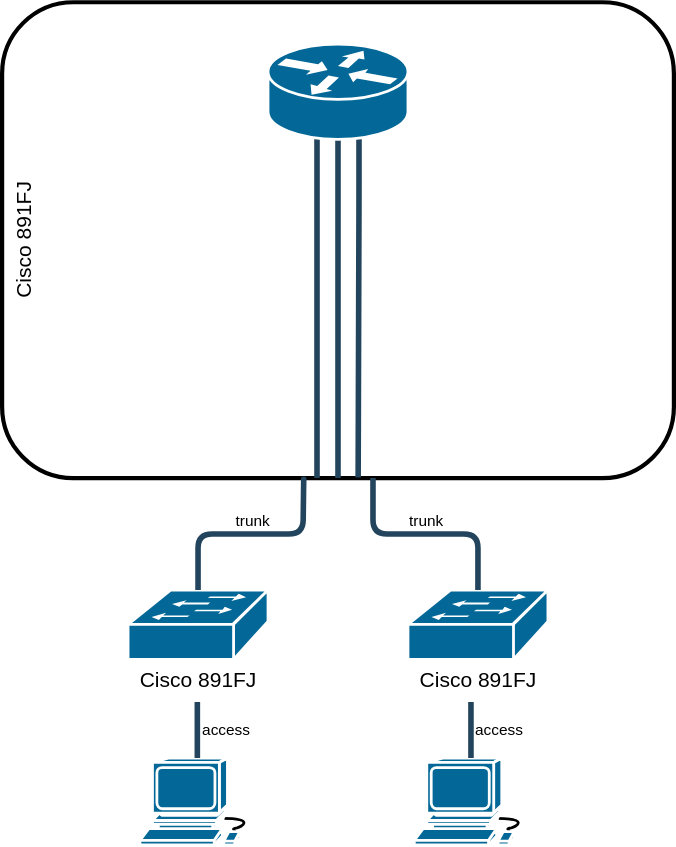
mu-ruU1/network-study keeps this draw.io diagram as vlan/subif/topology.drawio.svg. Above is the earlier version. Source tidied: cells renumbered, new cells last; positions are measured from the earlier drawing's top-left corner, leaving out a move shared by most shapes. Its diagram source:
```xml
<mxGraphModel background="#ffffff">
  <root>
    <mxCell id="0" />
    <mxCell id="1" parent="0" />
    <mxCell id="2" value="Cisco 891FJ" style="rounded=1;whiteSpace=wrap;html=1;labelBackgroundColor=none;fillColor=none;strokeColor=#000000;strokeWidth=3;fontColor=#000000;verticalAlign=top;fontSize=15;horizontal=0;" parent="1" vertex="1">
      <mxGeometry width="480" height="340" as="geometry" />
    </mxCell>
    <mxCell id="3" value="Cisco 891FJ" style="shape=mxgraph.cisco.switches.workgroup_switch;sketch=0;html=1;dashed=0;fillColor=#036897;strokeColor=#ffffff;strokeWidth=2;verticalLabelPosition=bottom;verticalAlign=top;align=center;outlineConnect=0;fontColor=#000000;horizontal=1;fontSize=15;" parent="1" vertex="1">
      <mxGeometry x="90" y="420" width="100" height="49.5" as="geometry" />
    </mxCell>
    <mxCell id="4" value="Cisco 891FJ" style="shape=mxgraph.cisco.switches.workgroup_switch;sketch=0;html=1;dashed=0;fillColor=#036897;strokeColor=#ffffff;strokeWidth=2;verticalLabelPosition=bottom;verticalAlign=top;align=center;outlineConnect=0;fontColor=#000000;fontSize=15;" parent="1" vertex="1">
      <mxGeometry x="290" y="420" width="100" height="49.5" as="geometry" />
    </mxCell>
    <mxCell id="5" style="edgeStyle=orthogonalEdgeStyle;rounded=1;html=1;strokeColor=#23445D;endArrow=none;endFill=0;strokeWidth=4;exitX=0.5;exitY=1;exitDx=0;exitDy=0;exitPerimeter=0;entryX=0.468;entryY=1;entryDx=0;entryDy=0;entryPerimeter=0;fontColor=#000000;labelBackgroundColor=none;" parent="1" edge="1" source="8" target="2">
      <mxGeometry x="-0.6" y="-20" relative="1" as="geometry">
        <Array as="points">
          <mxPoint x="240" y="88" />
          <mxPoint x="225" y="88" />
          <mxPoint x="225" y="340" />
        </Array>
      </mxGeometry>
    </mxCell>
    <mxCell id="6" style="edgeStyle=orthogonalEdgeStyle;rounded=1;html=1;strokeColor=#23445D;endArrow=none;endFill=0;strokeWidth=4;exitX=0.5;exitY=1;exitDx=0;exitDy=0;exitPerimeter=0;entryX=0.5;entryY=1;entryDx=0;entryDy=0;" parent="1" edge="1" source="8" target="2">
      <mxGeometry relative="1" as="geometry">
        <Array as="points">
          <mxPoint x="240" y="250" />
          <mxPoint x="240" y="250" />
        </Array>
      </mxGeometry>
    </mxCell>
    <mxCell id="7" style="edgeStyle=orthogonalEdgeStyle;rounded=1;html=1;strokeColor=#23445D;endArrow=none;endFill=0;strokeWidth=4;exitX=0.5;exitY=1;exitDx=0;exitDy=0;exitPerimeter=0;entryX=0.53;entryY=0.999;entryDx=0;entryDy=0;entryPerimeter=0;" parent="1" edge="1" source="8" target="2">
      <mxGeometry relative="1" as="geometry">
        <Array as="points">
          <mxPoint x="240" y="88" />
          <mxPoint x="255" y="88" />
          <mxPoint x="255" y="140" />
          <mxPoint x="254" y="340" />
        </Array>
      </mxGeometry>
    </mxCell>
    <mxCell id="8" style="shape=mxgraph.cisco.routers.router;sketch=0;html=1;dashed=0;fillColor=#036897;strokeColor=#ffffff;strokeWidth=2;verticalLabelPosition=bottom;verticalAlign=top;align=center;outlineConnect=0;" parent="1" vertex="1">
      <mxGeometry x="190" y="30" width="100" height="67.9" as="geometry" />
    </mxCell>
    <mxCell id="9" value="trunk" style="edgeStyle=orthogonalEdgeStyle;rounded=1;html=1;strokeColor=#23445D;endArrow=none;endFill=0;strokeWidth=4;exitX=0.449;exitY=1.005;exitDx=0;exitDy=0;exitPerimeter=0;entryX=0.5;entryY=0;entryDx=0;entryDy=0;entryPerimeter=0;fontColor=#000000;labelBackgroundColor=none;verticalAlign=bottom;" parent="1" edge="1" source="2" target="3">
      <mxGeometry relative="1" as="geometry">
        <Array as="points">
          <mxPoint x="216" y="340" />
          <mxPoint x="215" y="340" />
          <mxPoint x="215" y="380" />
          <mxPoint x="140" y="380" />
        </Array>
      </mxGeometry>
    </mxCell>
    <mxCell id="10" value="trunk" style="edgeStyle=orthogonalEdgeStyle;rounded=1;html=1;strokeColor=#23445D;endArrow=none;endFill=0;strokeWidth=4;entryX=0.5;entryY=0;entryDx=0;entryDy=0;entryPerimeter=0;fontColor=#000000;labelBackgroundColor=none;verticalAlign=bottom;" parent="1" edge="1" target="4">
      <mxGeometry relative="1" as="geometry">
        <mxPoint x="265" y="340" as="sourcePoint" />
        <Array as="points">
          <mxPoint x="265" y="340" />
          <mxPoint x="265" y="380" />
          <mxPoint x="340" y="380" />
        </Array>
      </mxGeometry>
    </mxCell>
    <mxCell id="11" style="shape=mxgraph.cisco.computers_and_peripherals.workstation;sketch=0;html=1;dashed=0;fillColor=#036897;strokeColor=#ffffff;strokeWidth=2;verticalLabelPosition=bottom;verticalAlign=top;align=center;labelBackgroundColor=none;fontSize=15;fontColor=#000000;" parent="1" vertex="1">
      <mxGeometry x="98.5" y="540" width="83" height="62" as="geometry" />
    </mxCell>
    <mxCell id="12" style="shape=mxgraph.cisco.computers_and_peripherals.workstation;sketch=0;html=1;dashed=0;fillColor=#036897;strokeColor=#ffffff;strokeWidth=2;verticalLabelPosition=bottom;verticalAlign=top;align=center;outlineConnect=0;labelBackgroundColor=none;fontSize=15;fontColor=#000000;" parent="1" vertex="1">
      <mxGeometry x="294.5" y="540" width="83" height="62" as="geometry" />
    </mxCell>
    <mxCell id="13" value="access" style="edgeStyle=orthogonalEdgeStyle;rounded=1;html=1;strokeColor=#23445D;endArrow=none;endFill=0;strokeWidth=4;entryX=0.5;entryY=0;entryDx=0;entryDy=0;entryPerimeter=0;fontColor=#000000;labelBackgroundColor=none;" parent="1" edge="1" target="12">
      <mxGeometry x="-0.02" y="20" relative="1" as="geometry">
        <mxPoint x="335" y="500" as="sourcePoint" />
        <Array as="points">
          <mxPoint x="335" y="540" />
        </Array>
      </mxGeometry>
    </mxCell>
    <mxCell id="14" value="access" style="edgeStyle=orthogonalEdgeStyle;rounded=1;html=1;strokeColor=#23445D;endArrow=none;endFill=0;strokeWidth=4;entryX=0.5;entryY=0;entryDx=0;entryDy=0;entryPerimeter=0;fontColor=#000000;labelBackgroundColor=none;" parent="1" edge="1">
      <mxGeometry x="-0.02" y="20" relative="1" as="geometry">
        <mxPoint x="139.5" y="500" as="sourcePoint" />
        <mxPoint x="140.5" y="540" as="targetPoint" />
        <Array as="points">
          <mxPoint x="139.5" y="540" />
        </Array>
      </mxGeometry>
    </mxCell>
  </root>
</mxGraphModel>
```
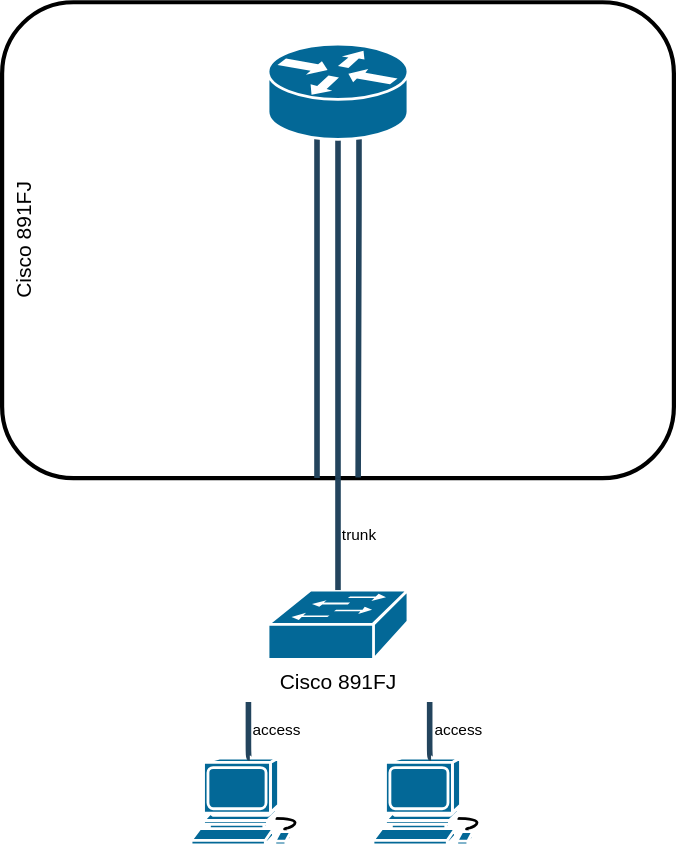
Above is the later version.

What changed in the source:
```diff
@@ -6,11 +6,8 @@
       <mxGeometry width="480" height="340" as="geometry" />
     </mxCell>
     <mxCell id="3" value="Cisco 891FJ" style="shape=mxgraph.cisco.switches.workgroup_switch;sketch=0;html=1;dashed=0;fillColor=#036897;strokeColor=#ffffff;strokeWidth=2;verticalLabelPosition=bottom;verticalAlign=top;align=center;outlineConnect=0;fontColor=#000000;horizontal=1;fontSize=15;" parent="1" vertex="1">
-      <mxGeometry x="90" y="420" width="100" height="49.5" as="geometry" />
+      <mxGeometry x="190" y="420" width="100" height="49.5" as="geometry" />
     </mxCell>
-    <mxCell id="4" value="Cisco 891FJ" style="shape=mxgraph.cisco.switches.workgroup_switch;sketch=0;html=1;dashed=0;fillColor=#036897;strokeColor=#ffffff;strokeWidth=2;verticalLabelPosition=bottom;verticalAlign=top;align=center;outlineConnect=0;fontColor=#000000;fontSize=15;" parent="1" vertex="1">
-      <mxGeometry x="290" y="420" width="100" height="49.5" as="geometry" />
-    </mxCell>
     <mxCell id="5" style="edgeStyle=orthogonalEdgeStyle;rounded=1;html=1;strokeColor=#23445D;endArrow=none;endFill=0;strokeWidth=4;exitX=0.5;exitY=1;exitDx=0;exitDy=0;exitPerimeter=0;entryX=0.468;entryY=1;entryDx=0;entryDy=0;entryPerimeter=0;fontColor=#000000;labelBackgroundColor=none;" parent="1" edge="1" source="8" target="2">
       <mxGeometry x="-0.6" y="-20" relative="1" as="geometry">
         <Array as="points">
@@ -41,46 +38,34 @@
     <mxCell id="8" style="shape=mxgraph.cisco.routers.router;sketch=0;html=1;dashed=0;fillColor=#036897;strokeColor=#ffffff;strokeWidth=2;verticalLabelPosition=bottom;verticalAlign=top;align=center;outlineConnect=0;" parent="1" vertex="1">
       <mxGeometry x="190" y="30" width="100" height="67.9" as="geometry" />
     </mxCell>
-    <mxCell id="9" value="trunk" style="edgeStyle=orthogonalEdgeStyle;rounded=1;html=1;strokeColor=#23445D;endArrow=none;endFill=0;strokeWidth=4;exitX=0.449;exitY=1.005;exitDx=0;exitDy=0;exitPerimeter=0;entryX=0.5;entryY=0;entryDx=0;entryDy=0;entryPerimeter=0;fontColor=#000000;labelBackgroundColor=none;verticalAlign=bottom;" parent="1" edge="1" source="2" target="3">
-      <mxGeometry relative="1" as="geometry">
+    <mxCell id="9" value="trunk" style="edgeStyle=orthogonalEdgeStyle;rounded=1;html=1;strokeColor=#23445D;endArrow=none;endFill=0;strokeWidth=4;exitX=0.5;exitY=1;exitDx=0;exitDy=0;fontColor=#000000;labelBackgroundColor=none;verticalAlign=bottom;entryX=0.5;entryY=0;entryDx=0;entryDy=0;entryPerimeter=0;" parent="1" edge="1" source="2" target="3">
+      <mxGeometry x="0.25" y="15" relative="1" as="geometry">
         <Array as="points">
-          <mxPoint x="216" y="340" />
-          <mxPoint x="215" y="340" />
-          <mxPoint x="215" y="380" />
-          <mxPoint x="140" y="380" />
+          <mxPoint x="240" y="400" />
+          <mxPoint x="240" y="400" />
         </Array>
       </mxGeometry>
     </mxCell>
-    <mxCell id="10" value="trunk" style="edgeStyle=orthogonalEdgeStyle;rounded=1;html=1;strokeColor=#23445D;endArrow=none;endFill=0;strokeWidth=4;entryX=0.5;entryY=0;entryDx=0;entryDy=0;entryPerimeter=0;fontColor=#000000;labelBackgroundColor=none;verticalAlign=bottom;" parent="1" edge="1" target="4">
-      <mxGeometry relative="1" as="geometry">
-        <mxPoint x="265" y="340" as="sourcePoint" />
-        <Array as="points">
-          <mxPoint x="265" y="340" />
-          <mxPoint x="265" y="380" />
-          <mxPoint x="340" y="380" />
-        </Array>
-      </mxGeometry>
-    </mxCell>
     <mxCell id="11" style="shape=mxgraph.cisco.computers_and_peripherals.workstation;sketch=0;html=1;dashed=0;fillColor=#036897;strokeColor=#ffffff;strokeWidth=2;verticalLabelPosition=bottom;verticalAlign=top;align=center;labelBackgroundColor=none;fontSize=15;fontColor=#000000;" parent="1" vertex="1">
-      <mxGeometry x="98.5" y="540" width="83" height="62" as="geometry" />
+      <mxGeometry x="135" y="540" width="83" height="62" as="geometry" />
     </mxCell>
     <mxCell id="12" style="shape=mxgraph.cisco.computers_and_peripherals.workstation;sketch=0;html=1;dashed=0;fillColor=#036897;strokeColor=#ffffff;strokeWidth=2;verticalLabelPosition=bottom;verticalAlign=top;align=center;outlineConnect=0;labelBackgroundColor=none;fontSize=15;fontColor=#000000;" parent="1" vertex="1">
-      <mxGeometry x="294.5" y="540" width="83" height="62" as="geometry" />
+      <mxGeometry x="265" y="540" width="83" height="62" as="geometry" />
     </mxCell>
     <mxCell id="13" value="access" style="edgeStyle=orthogonalEdgeStyle;rounded=1;html=1;strokeColor=#23445D;endArrow=none;endFill=0;strokeWidth=4;entryX=0.5;entryY=0;entryDx=0;entryDy=0;entryPerimeter=0;fontColor=#000000;labelBackgroundColor=none;" parent="1" edge="1" target="12">
       <mxGeometry x="-0.02" y="20" relative="1" as="geometry">
-        <mxPoint x="335" y="500" as="sourcePoint" />
+        <mxPoint x="305.5" y="500" as="sourcePoint" />
         <Array as="points">
-          <mxPoint x="335" y="540" />
+          <mxPoint x="305.5" y="540" />
         </Array>
       </mxGeometry>
     </mxCell>
     <mxCell id="14" value="access" style="edgeStyle=orthogonalEdgeStyle;rounded=1;html=1;strokeColor=#23445D;endArrow=none;endFill=0;strokeWidth=4;entryX=0.5;entryY=0;entryDx=0;entryDy=0;entryPerimeter=0;fontColor=#000000;labelBackgroundColor=none;" parent="1" edge="1">
       <mxGeometry x="-0.02" y="20" relative="1" as="geometry">
-        <mxPoint x="139.5" y="500" as="sourcePoint" />
-        <mxPoint x="140.5" y="540" as="targetPoint" />
+        <mxPoint x="176" y="500" as="sourcePoint" />
+        <mxPoint x="177" y="540" as="targetPoint" />
         <Array as="points">
-          <mxPoint x="139.5" y="540" />
+          <mxPoint x="176" y="540" />
         </Array>
       </mxGeometry>
     </mxCell>
```
